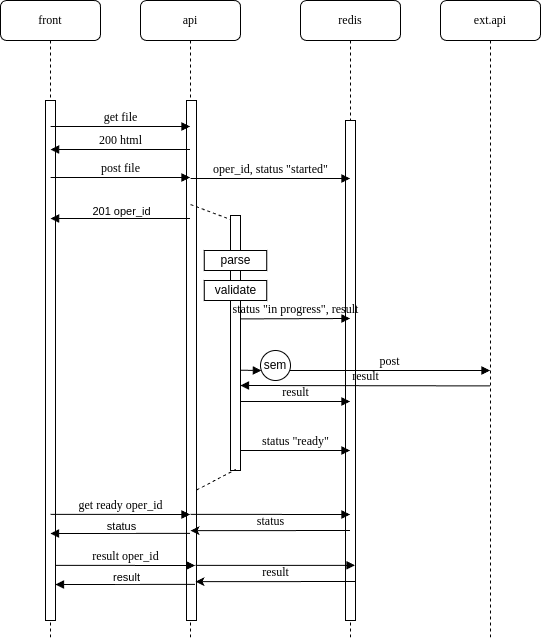
Earlier version of the draw.io export tetrika_scheme.png (KonstantinKlepikov/tetrika-test). Source tidied: cells renumbered, new cells last; positions are measured from the earlier drawing's top-left corner, leaving out a move shared by most shapes.
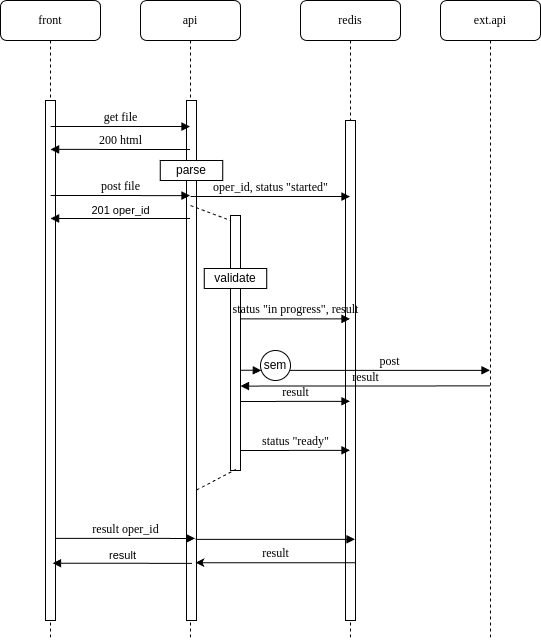
After the change.

The edit, as a diff of the source:
```diff
@@ -11,16 +11,17 @@
     <mxCell id="4" style="html=1;points=[];perimeter=orthogonalPerimeter;rounded=0;shadow=0;comic=0;labelBackgroundColor=none;strokeWidth=1;fontFamily=Verdana;fontSize=12;align=center;" parent="2" vertex="1">
       <mxGeometry x="90" y="215" width="10" height="255" as="geometry" />
     </mxCell>
-    <mxCell id="5" style="endArrow=none;dashed=1;html=1;rounded=0;exitX=0.4;exitY=0.2;exitDx=0;exitDy=0;exitPerimeter=0;" parent="2" edge="1" source="3">
+    <mxCell id="5" style="endArrow=none;dashed=1;html=1;rounded=0;exitX=0.4;exitY=0.2;exitDx=0;exitDy=0;exitPerimeter=0;" parent="2" edge="1">
       <mxGeometry relative="1" as="geometry">
-        <mxPoint x="90" y="219" as="targetPoint" />
+        <mxPoint x="50" y="205" as="sourcePoint" />
+        <mxPoint x="90" y="220" as="targetPoint" />
       </mxGeometry>
     </mxCell>
     <mxCell id="6" value="parse" style="rounded=0;whiteSpace=wrap;html=1;" parent="2" vertex="1">
-      <mxGeometry x="63.8" y="250" width="62.5" height="20" as="geometry" />
+      <mxGeometry x="19.8" y="160" width="62.5" height="20" as="geometry" />
     </mxCell>
     <mxCell id="7" value="validate" style="rounded=0;whiteSpace=wrap;html=1;" parent="2" vertex="1">
-      <mxGeometry x="63.8" y="280" width="62.5" height="20" as="geometry" />
+      <mxGeometry x="63.8" y="268" width="62.5" height="20" as="geometry" />
     </mxCell>
     <mxCell id="8" style="endArrow=none;dashed=1;html=1;rounded=0;entryX=0.524;entryY=0.996;entryDx=0;entryDy=0;entryPerimeter=0;exitX=1.019;exitY=0.749;exitDx=0;exitDy=0;exitPerimeter=0;" parent="2" edge="1" source="3" target="4">
       <mxGeometry relative="1" as="geometry" />
@@ -48,8 +49,8 @@
     </mxCell>
     <mxCell id="15" value="oper_id, status &quot;started&quot;" style="html=1;verticalAlign=bottom;endArrow=block;labelBackgroundColor=none;fontFamily=Verdana;fontSize=12;edgeStyle=elbowEdgeStyle;elbow=vertical;" parent="1" edge="1">
       <mxGeometry relative="1" as="geometry">
-        <mxPoint x="190.1" y="178" as="sourcePoint" />
-        <mxPoint x="349.5" y="178" as="targetPoint" />
+        <mxPoint x="190.1" y="196" as="sourcePoint" />
+        <mxPoint x="349.5" y="196" as="targetPoint" />
       </mxGeometry>
     </mxCell>
     <mxCell id="16" value="200 html" style="html=1;verticalAlign=bottom;endArrow=block;labelBackgroundColor=none;fontFamily=Verdana;fontSize=12;edgeStyle=elbowEdgeStyle;elbow=vertical;" parent="1" edge="1">
@@ -60,8 +61,8 @@
     </mxCell>
     <mxCell id="17" value="post file" style="html=1;verticalAlign=bottom;endArrow=block;labelBackgroundColor=none;fontFamily=Verdana;fontSize=12;edgeStyle=elbowEdgeStyle;elbow=vertical;" parent="1" edge="1">
       <mxGeometry relative="1" as="geometry">
-        <mxPoint x="50.1" y="177" as="sourcePoint" />
-        <mxPoint x="189.5" y="177" as="targetPoint" />
+        <mxPoint x="50.1" y="195" as="sourcePoint" />
+        <mxPoint x="189.5" y="195" as="targetPoint" />
       </mxGeometry>
     </mxCell>
     <mxCell id="18" style="html=1;verticalAlign=bottom;endArrow=block;labelBackgroundColor=none;fontFamily=Verdana;fontSize=12;edgeStyle=elbowEdgeStyle;elbow=vertical;" parent="1" edge="1">
@@ -104,18 +105,6 @@
         <mxPoint x="349.5" y="450" as="targetPoint" />
       </mxGeometry>
     </mxCell>
-    <mxCell id="25" value="get ready oper_id" style="html=1;verticalAlign=bottom;endArrow=block;labelBackgroundColor=none;fontFamily=Verdana;fontSize=12;edgeStyle=elbowEdgeStyle;elbow=vertical;" parent="1" edge="1">
-      <mxGeometry relative="1" as="geometry">
-        <mxPoint x="50" y="513.9" as="sourcePoint" />
-        <mxPoint x="189.5" y="513.9" as="targetPoint" />
-      </mxGeometry>
-    </mxCell>
-    <mxCell id="26" style="html=1;verticalAlign=bottom;endArrow=block;labelBackgroundColor=none;fontFamily=Verdana;fontSize=12;edgeStyle=elbowEdgeStyle;elbow=vertical;" parent="1" edge="1">
-      <mxGeometry relative="1" as="geometry">
-        <mxPoint x="190" y="513.9" as="sourcePoint" />
-        <mxPoint x="349.5" y="513.9" as="targetPoint" />
-      </mxGeometry>
-    </mxCell>
     <mxCell id="27" style="html=1;verticalAlign=bottom;endArrow=block;labelBackgroundColor=none;fontFamily=Verdana;fontSize=12;edgeStyle=elbowEdgeStyle;elbow=vertical;" parent="1" edge="1" target="28">
       <mxGeometry relative="1" as="geometry">
         <mxPoint x="240" y="369.7" as="sourcePoint" />
@@ -124,39 +113,22 @@
     <mxCell id="28" value="sem" style="ellipse;whiteSpace=wrap;html=1;" parent="1" vertex="1">
       <mxGeometry x="260" y="350" width="30" height="30" as="geometry" />
     </mxCell>
-    <mxCell id="29" style="html=1;verticalAlign=bottom;endArrow=block;labelBackgroundColor=none;fontFamily=Verdana;fontSize=12;edgeStyle=elbowEdgeStyle;elbow=vertical;" parent="1" edge="1">
-      <mxGeometry x="-0.35" y="58" relative="1" as="geometry">
-        <mxPoint x="189.5" y="532.9" as="sourcePoint" />
-        <mxPoint x="50" y="532.9" as="targetPoint" />
-      </mxGeometry>
-    </mxCell>
-    <mxCell id="30" value="status" style="edgeLabel;html=1;align=center;verticalAlign=middle;" parent="29" vertex="1">
-      <mxGeometry x="0.14" y="1" relative="1" as="geometry">
-        <mxPoint x="10" y="-9" as="offset" />
-      </mxGeometry>
-    </mxCell>
-    <mxCell id="31" value="status" style="html=1;verticalAlign=bottom;endArrow=none;labelBackgroundColor=none;fontFamily=Verdana;fontSize=12;edgeStyle=elbowEdgeStyle;elbow=vertical;endFill=0;startArrow=classic;startFill=1;" parent="1" edge="1">
-      <mxGeometry relative="1" as="geometry">
-        <mxPoint x="190" y="530.2" as="sourcePoint" />
-        <mxPoint x="349.5" y="530.2" as="targetPoint" />
-      </mxGeometry>
-    </mxCell>
     <mxCell id="32" value="result oper_id" style="html=1;verticalAlign=bottom;endArrow=block;labelBackgroundColor=none;fontFamily=Verdana;fontSize=12;edgeStyle=elbowEdgeStyle;elbow=vertical;" parent="1" edge="1">
       <mxGeometry relative="1" as="geometry">
-        <mxPoint x="55" y="564.9" as="sourcePoint" />
-        <mxPoint x="194.5" y="564.9" as="targetPoint" />
+        <mxPoint x="55" y="537.9" as="sourcePoint" />
+        <mxPoint x="194.5" y="537.9" as="targetPoint" />
       </mxGeometry>
     </mxCell>
     <mxCell id="33" style="html=1;verticalAlign=bottom;endArrow=block;labelBackgroundColor=none;fontFamily=Verdana;fontSize=12;edgeStyle=elbowEdgeStyle;elbow=horizontal;" parent="1" edge="1">
       <mxGeometry relative="1" as="geometry">
-        <mxPoint x="195" y="564.9" as="sourcePoint" />
-        <mxPoint x="354.5" y="564.9" as="targetPoint" />
+        <mxPoint x="195" y="538.9" as="sourcePoint" />
+        <mxPoint x="354.5" y="538.9" as="targetPoint" />
       </mxGeometry>
     </mxCell>
     <mxCell id="34" style="html=1;verticalAlign=bottom;endArrow=block;labelBackgroundColor=none;fontFamily=Verdana;fontSize=12;edgeStyle=elbowEdgeStyle;elbow=vertical;" parent="1" edge="1">
       <mxGeometry x="-0.35" y="58" relative="1" as="geometry">
-        <mxPoint x="194.5" y="583.9" as="sourcePoint" />
-        <mxPoint x="55" y="583.9" as="targetPoint" />
+        <mxPoint x="191.5" y="562.9" as="sourcePoint" />
+        <mxPoint x="52" y="562.9" as="targetPoint" />
       </mxGeometry>
     </mxCell>
     <mxCell id="35" value="result" style="edgeLabel;html=1;align=center;verticalAlign=middle;" parent="34" vertex="1">
@@ -166,8 +138,8 @@
     </mxCell>
     <mxCell id="36" value="result" style="html=1;verticalAlign=bottom;endArrow=none;labelBackgroundColor=none;fontFamily=Verdana;fontSize=12;edgeStyle=elbowEdgeStyle;elbow=vertical;endFill=0;startArrow=classic;startFill=1;" parent="1" edge="1">
       <mxGeometry relative="1" as="geometry">
-        <mxPoint x="195" y="581.2" as="sourcePoint" />
-        <mxPoint x="354.5" y="581.2" as="targetPoint" />
+        <mxPoint x="195" y="562.2" as="sourcePoint" />
+        <mxPoint x="354.5" y="562.2" as="targetPoint" />
       </mxGeometry>
     </mxCell>
   </root>
```
